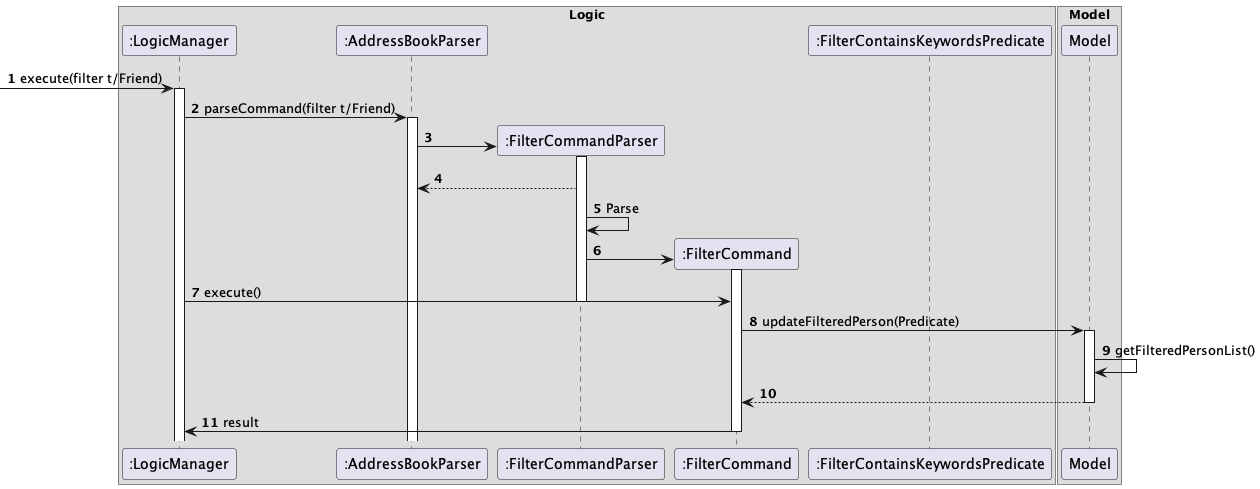
Above: docs/diagrams/FilterTagSequenceDiagram.png in zhanyang01/tp (PlantUML), before the change. The source it was exported from:
```plantuml
@startuml

box Logic
participant ":LogicManager" as LogicManager
participant ":AddressBookParser" as AddressBookParser
participant ":FilterCommandParser" as FilterCommandParser
participant ":FilterCommand" as FilterCommand
participant ":FilterContainsKeywordsPredicate" as FilterContainsKeywordsPredicate
end box

autonumber
[->LogicManager : execute(filter t/Friend)
activate LogicManager

LogicManager -> AddressBookParser : parseCommand(filter t/Friend)
activate AddressBookParser

create FilterCommandParser
AddressBookParser -> FilterCommandParser:
activate FilterCommandParser

FilterCommandParser --> AddressBookParser
FilterCommandParser -> FilterCommandParser : Parse

create FilterCommand
FilterCommandParser -> FilterCommand
activate FilterCommand
LogicManager -> FilterCommand : execute()
deactivate FilterCommandParser

FilterCommand -> Model : updateFilteredPerson(Predicate)
activate Model
Model -> Model : getFilteredPersonList()
Model --> FilterCommand
deactivate Model
LogicManager <- FilterCommand: result
deactivate FilterCommand

box Model
participant ":Model" as Model
end box
@enduml
```
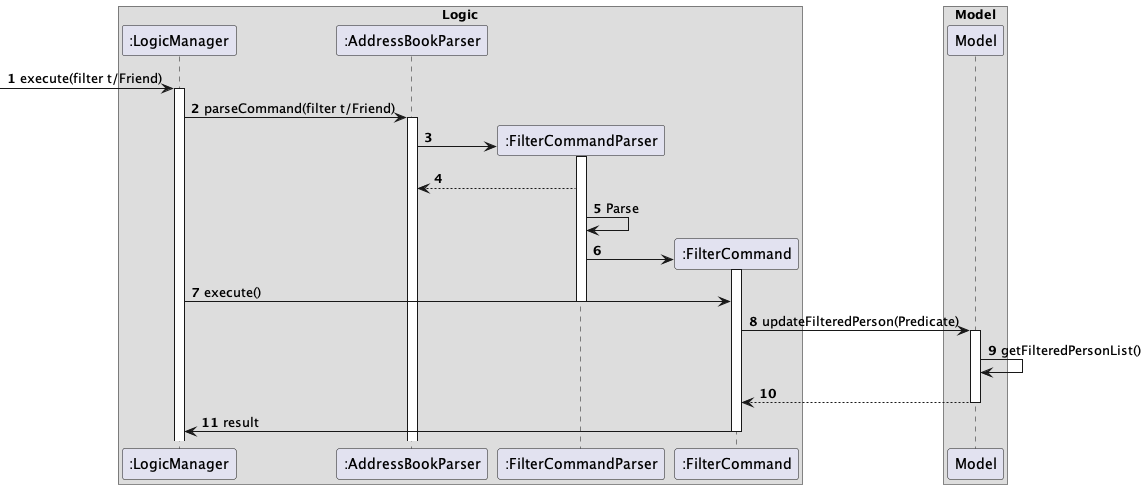
Above is the later version.

Commit message:
Fixed checkstyle errors, added activity diagram and sequence diagram for Add Tag feature

Change to the diagram source:
```diff
@@ -5,7 +5,6 @@
 participant ":AddressBookParser" as AddressBookParser
 participant ":FilterCommandParser" as FilterCommandParser
 participant ":FilterCommand" as FilterCommand
-participant ":FilterContainsKeywordsPredicate" as FilterContainsKeywordsPredicate
 end box
 
 autonumber
```
